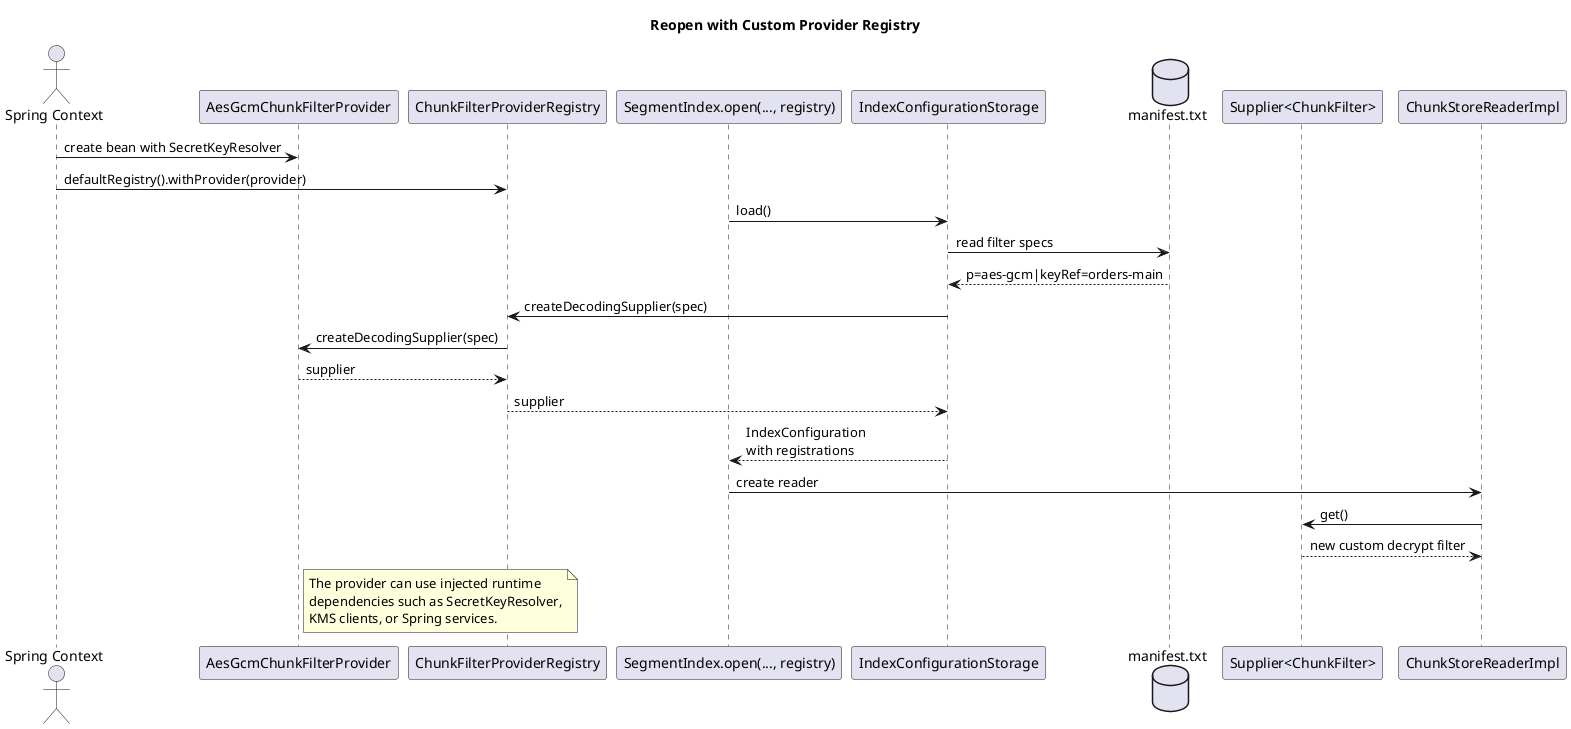
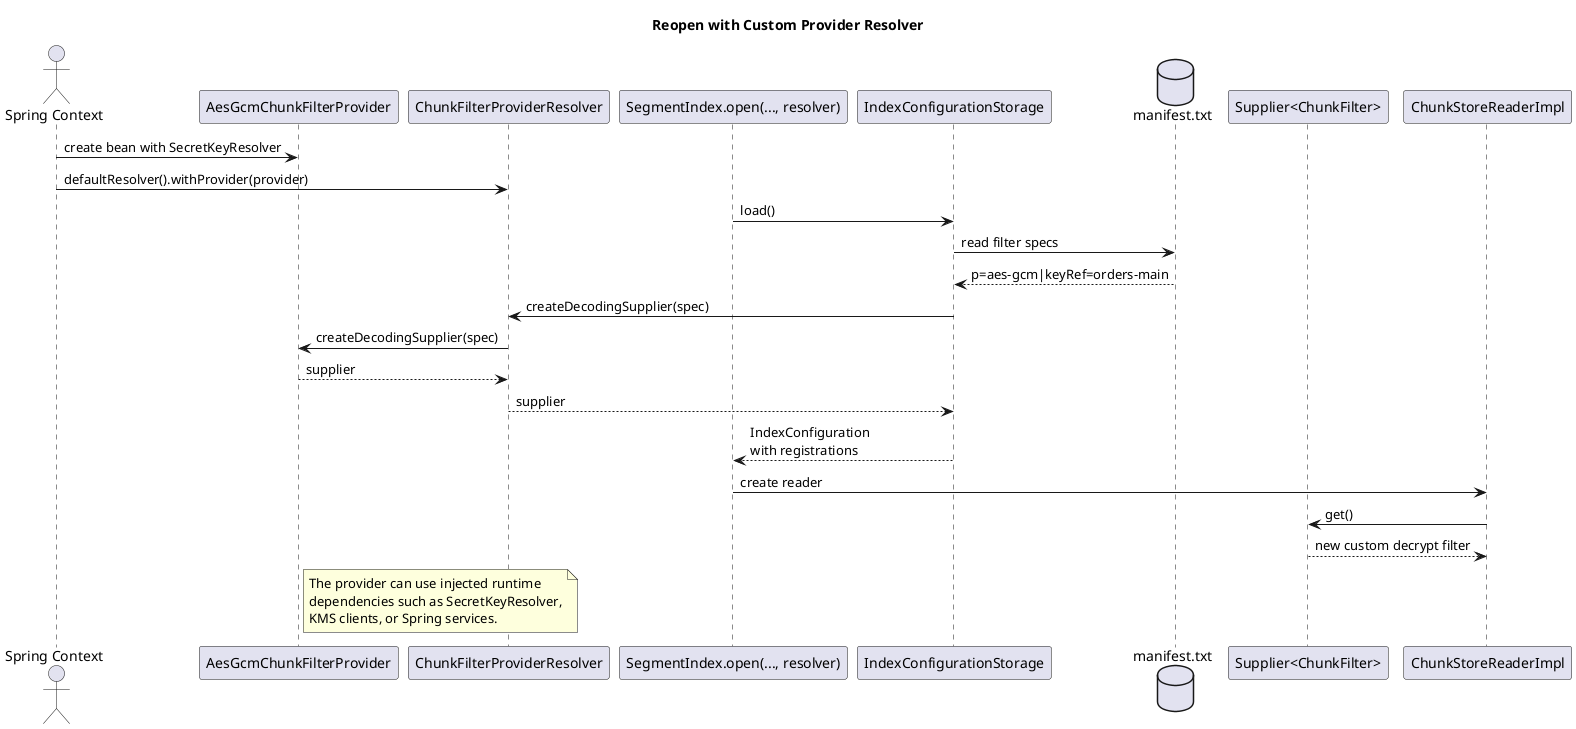
@startuml
- title Reopen with Custom Provider Registry
+ title Reopen with Custom Provider Resolver
skinparam backgroundColor transparent
skinparam shadowing false

actor "Spring Context" as Spring
participant "AesGcmChunkFilterProvider" as Provider
- participant "ChunkFilterProviderRegistry" as Registry
- participant "SegmentIndex.open(..., registry)" as Open
+ participant "ChunkFilterProviderResolver" as Resolver
+ participant "SegmentIndex.open(..., resolver)" as Open
participant "IndexConfigurationStorage" as Storage
database "manifest.txt" as Manifest
participant "Supplier<ChunkFilter>" as Supplier
participant "ChunkStoreReaderImpl" as Reader

Spring -> Provider : create bean with SecretKeyResolver
- Spring -> Registry : defaultRegistry().withProvider(provider)
+ Spring -> Resolver : defaultResolver().withProvider(provider)

Open -> Storage : load()
Storage -> Manifest : read filter specs
Manifest --> Storage : p=aes-gcm|keyRef=orders-main
- Storage -> Registry : createDecodingSupplier(spec)
- Registry -> Provider : createDecodingSupplier(spec)
- Provider --> Registry : supplier
- Registry --> Storage : supplier
+ Storage -> Resolver : createDecodingSupplier(spec)
+ Resolver -> Provider : createDecodingSupplier(spec)
+ Provider --> Resolver : supplier
+ Resolver --> Storage : supplier
Storage --> Open : IndexConfiguration\nwith registrations

Open -> Reader : create reader
Reader -> Supplier : get()
Supplier --> Reader : new custom decrypt filter

note right of Provider
The provider can use injected runtime
dependencies such as SecretKeyResolver,
KMS clients, or Spring services.
end note
@enduml
